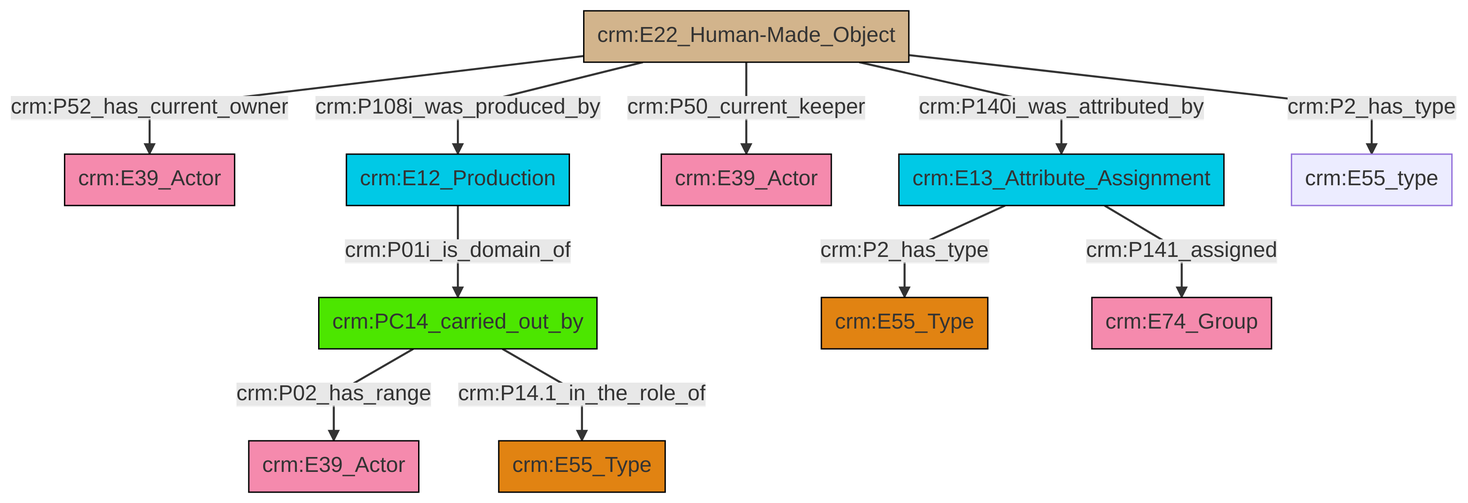
Before: et/artworkCSV/ttl/mmd/png/Artwork_Actor_Relations.png, a diagram exported from Mermaid (swiss-art-research-net/docs.swissartresearch). Its source is kept beside it as et/artworkCSV/ttl/mmd/Artwork_Actor_Relations.ttl.mmd.
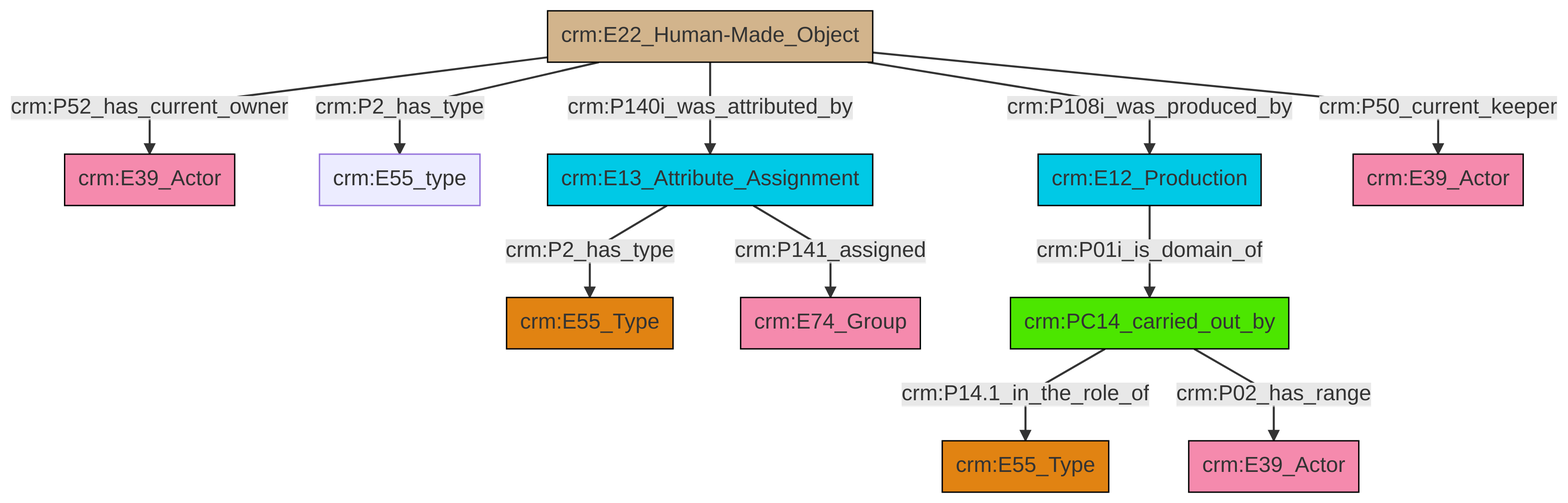
Later version of the same file.

Change to the diagram source:
```diff
@@ -13,13 +13,13 @@
 classDef PC_Classes fill:#4ce600, stroke:#000000;
 classDef Multi fill:#cccccc,stroke:#000000;
 
-2["crm:E22_Human-Made_Object"]:::Physical_Thing -->|crm:P108i_was_produced_by| 3["crm:E12_Production"]:::Temporal_Entity
-4["crm:PC14_carried_out_by"]:::PC_Classes -->|crm:P02_has_range| 6["crm:E39_Actor"]:::Actor
-2["crm:E22_Human-Made_Object"]:::Physical_Thing -->|crm:P50_current_keeper| 7["crm:E39_Actor"]:::Actor
-8["crm:E13_Attribute_Assignment"]:::Temporal_Entity -->|crm:P2_has_type| 9["crm:E55_Type"]:::Type
-3["crm:E12_Production"]:::Temporal_Entity -->|crm:P01i_is_domain_of| 4["crm:PC14_carried_out_by"]:::PC_Classes
-4["crm:PC14_carried_out_by"]:::PC_Classes -->|crm:P14.1_in_the_role_of| 12["crm:E55_Type"]:::Type
-2["crm:E22_Human-Made_Object"]:::Physical_Thing -->|crm:P2_has_type| 15["crm:E55_type"]:::Default
-8["crm:E13_Attribute_Assignment"]:::Temporal_Entity -->|crm:P141_assigned| 10["crm:E74_Group"]:::Actor
-2["crm:E22_Human-Made_Object"]:::Physical_Thing -->|crm:P52_has_current_owner| 0["crm:E39_Actor"]:::Actor
-2["crm:E22_Human-Made_Object"]:::Physical_Thing -->|crm:P140i_was_attributed_by| 8["crm:E13_Attribute_Assignment"]:::Temporal_Entity
+0["crm:E22_Human-Made_Object"]:::Physical_Thing -->|crm:P52_has_current_owner| 1["crm:E39_Actor"]:::Actor
+0["crm:E22_Human-Made_Object"]:::Physical_Thing -->|crm:P2_has_type| 3["crm:E55_type"]:::Default
+12["crm:E13_Attribute_Assignment"]:::Temporal_Entity -->|crm:P141_assigned| 6["crm:E74_Group"]:::Actor
+8["crm:PC14_carried_out_by"]:::PC_Classes -->|crm:P14.1_in_the_role_of| 10["crm:E55_Type"]:::Type
+8["crm:PC14_carried_out_by"]:::PC_Classes -->|crm:P02_has_range| 15["crm:E39_Actor"]:::Actor
+0["crm:E22_Human-Made_Object"]:::Physical_Thing -->|crm:P140i_was_attributed_by| 12["crm:E13_Attribute_Assignment"]:::Temporal_Entity
+16["crm:E12_Production"]:::Temporal_Entity -->|crm:P01i_is_domain_of| 8["crm:PC14_carried_out_by"]:::PC_Classes
+0["crm:E22_Human-Made_Object"]:::Physical_Thing -->|crm:P108i_was_produced_by| 16["crm:E12_Production"]:::Temporal_Entity
+12["crm:E13_Attribute_Assignment"]:::Temporal_Entity -->|crm:P2_has_type| 4["crm:E55_Type"]:::Type
+0["crm:E22_Human-Made_Object"]:::Physical_Thing -->|crm:P50_current_keeper| 19["crm:E39_Actor"]:::Actor
```
